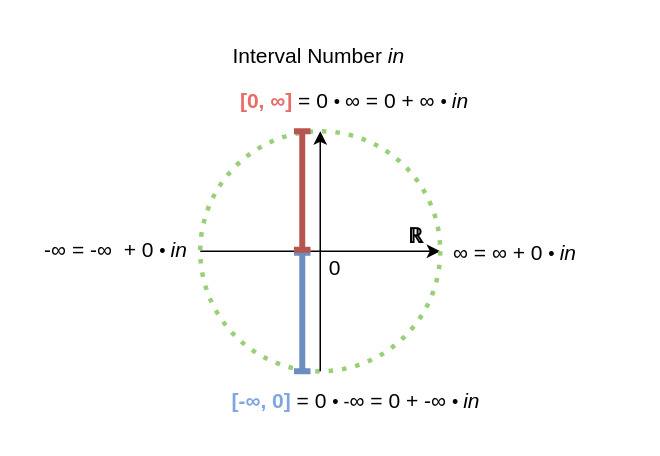
Above: illustrations/visual_interval_number.drawio in McNopper/ZeroInfinity (draw.io), before the change. Source tidied: cells renumbered, new cells numbered last; positions are measured from the earlier drawing's top-left corner, leaving out a move shared by most shapes. Both pictures are drawn from the tidied source at 150%, with x=0, y=0 at pixel (26, 26).
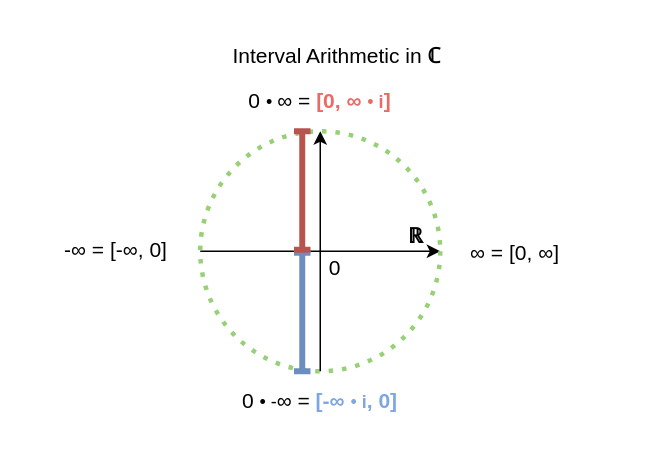
The same diagram, later.

What changed in the source:
```diff
@@
 <mxGraphModel>
   <root>
     <mxCell id="0" />
     <mxCell id="1" parent="0" />
     <mxCell id="2" style="endArrow=classic;html=1;rounded=0;entryX=1;entryY=0.5;entryDx=0;entryDy=0;exitX=0;exitY=0.5;exitDx=0;exitDy=0;" parent="1" edge="1" source="5" target="5">
       <mxGeometry relative="1" as="geometry" />
     </mxCell>
-    <mxCell id="3" value="&lt;font style=&quot;font-size: 14px;&quot;&gt;∞&amp;nbsp;&lt;/font&gt;&lt;span style=&quot;font-size: 14px;&quot;&gt;=&amp;nbsp;&lt;/span&gt;&lt;span style=&quot;font-size: 14px;&quot;&gt;∞ + 0&amp;nbsp;&lt;/span&gt;&lt;span style=&quot;background-color: initial;&quot;&gt;•&amp;nbsp;&lt;/span&gt;&lt;span style=&quot;font-size: 14px; background-color: initial;&quot;&gt;&lt;i&gt;in&lt;/i&gt;&lt;/span&gt;" style="text;html=1;align=center;verticalAlign=middle;whiteSpace=wrap;rounded=0;" parent="1" vertex="1">
+    <mxCell id="3" value="&lt;font style=&quot;font-size: 14px;&quot;&gt;∞&amp;nbsp;&lt;/font&gt;&lt;span style=&quot;font-size: 14px;&quot;&gt;= [&lt;/span&gt;&lt;span style=&quot;font-size: 14px;&quot;&gt;0,&amp;nbsp;&lt;/span&gt;&lt;span style=&quot;font-size: 14px;&quot;&gt;∞&lt;/span&gt;&lt;span style=&quot;font-size: 14px;&quot;&gt;]&lt;/span&gt;" style="text;html=1;align=center;verticalAlign=middle;whiteSpace=wrap;rounded=0;" parent="1" vertex="1">
       <mxGeometry x="266" y="131" width="120" height="40" as="geometry" />
     </mxCell>
-    <mxCell id="4" value="&lt;span style=&quot;font-size: 14px;&quot;&gt;Interval Number &lt;i&gt;in&lt;/i&gt;&lt;/span&gt;" style="text;html=1;align=left;verticalAlign=middle;whiteSpace=wrap;rounded=0;" parent="1" vertex="1">
+    <mxCell id="4" value="&lt;span style=&quot;font-size: 14px;&quot;&gt;Interval Arithmetic in&amp;nbsp;&lt;/span&gt;&lt;b style=&quot;font-size: 14px; text-align: center;&quot;&gt;ℂ&lt;/b&gt;" style="text;html=1;align=left;verticalAlign=middle;whiteSpace=wrap;rounded=0;" parent="1" vertex="1">
       <mxGeometry x="136" width="270" height="40" as="geometry" />
     </mxCell>
     <mxCell id="5" style="ellipse;whiteSpace=wrap;html=1;fillColor=none;dashed=1;dashPattern=1 2;strokeColor=#97D077;strokeWidth=3;" parent="1" vertex="1">
       <mxGeometry x="116" y="70" width="160" height="160" as="geometry" />
     </mxCell>
-    <mxCell id="6" value="&lt;font style=&quot;font-size: 14px;&quot;&gt;-∞&amp;nbsp;&lt;/font&gt;&lt;span style=&quot;font-size: 14px;&quot;&gt;= -&lt;/span&gt;&lt;span style=&quot;font-size: 14px;&quot;&gt;∞&amp;nbsp;&lt;/span&gt;&lt;span style=&quot;font-size: 14px;&quot;&gt;&amp;nbsp;+ 0&amp;nbsp;&lt;/span&gt;&lt;span style=&quot;background-color: initial;&quot;&gt;•&amp;nbsp;&lt;/span&gt;&lt;span style=&quot;background-color: initial; font-size: 14px;&quot;&gt;&lt;i&gt;in&lt;/i&gt;&lt;/span&gt;" style="text;html=1;align=center;verticalAlign=middle;whiteSpace=wrap;rounded=0;" parent="1" vertex="1">
+    <mxCell id="6" value="&lt;font style=&quot;font-size: 14px;&quot;&gt;-∞&amp;nbsp;&lt;/font&gt;&lt;span style=&quot;font-size: 14px;&quot;&gt;= [-&lt;/span&gt;&lt;span style=&quot;font-size: 14px;&quot;&gt;∞, 0&lt;/span&gt;&lt;span style=&quot;font-size: 14px;&quot;&gt;]&lt;/span&gt;" style="text;html=1;align=center;verticalAlign=middle;whiteSpace=wrap;rounded=0;" parent="1" vertex="1">
       <mxGeometry y="129" width="120" height="40" as="geometry" />
     </mxCell>
     <mxCell id="7" value="&lt;font style=&quot;font-size: 14px;&quot;&gt;0&lt;/font&gt;" style="text;html=1;align=center;verticalAlign=middle;whiteSpace=wrap;rounded=0;" parent="1" vertex="1">
       <mxGeometry x="176" y="141" width="60" height="39" as="geometry" />
     </mxCell>
     <mxCell id="8" style="endArrow=classic;html=1;rounded=0;entryX=0.5;entryY=0;entryDx=0;entryDy=0;" parent="1" edge="1" target="5">
       <mxGeometry relative="1" as="geometry">
         <mxPoint x="196" y="230" as="sourcePoint" />
       </mxGeometry>
     </mxCell>
-    <mxCell id="9" value="&lt;font style=&quot;font-size: 14px;&quot;&gt;&lt;font color=&quot;#ea6b66&quot;&gt;&lt;b&gt;[0,&amp;nbsp;∞]&lt;/b&gt;&lt;/font&gt;&amp;nbsp;= 0&amp;nbsp;&lt;span style=&quot;font-size: 12px; background-color: initial;&quot;&gt;•&amp;nbsp;&lt;/span&gt;∞&amp;nbsp;&lt;/font&gt;&lt;span style=&quot;font-size: 14px;&quot;&gt;= 0&lt;/span&gt;&lt;span style=&quot;font-size: 14px;&quot;&gt;&amp;nbsp;+&amp;nbsp;&lt;/span&gt;&lt;span style=&quot;font-size: 14px;&quot;&gt;∞&lt;/span&gt;&lt;span style=&quot;font-size: 14px;&quot;&gt;&amp;nbsp;&lt;/span&gt;&lt;span style=&quot;background-color: initial;&quot;&gt;•&amp;nbsp;&lt;/span&gt;&lt;span style=&quot;font-size: 14px; background-color: initial;&quot;&gt;&lt;i&gt;in&lt;/i&gt;&lt;/span&gt;" style="text;html=1;align=center;verticalAlign=middle;whiteSpace=wrap;rounded=0;" parent="1" vertex="1">
-      <mxGeometry x="134" y="30" width="170" height="40" as="geometry" />
+    <mxCell id="9" value="&lt;font style=&quot;font-size: 14px;&quot;&gt;0&amp;nbsp;&lt;span style=&quot;font-size: 12px; background-color: initial;&quot;&gt;•&amp;nbsp;&lt;/span&gt;∞ =&amp;nbsp;&lt;/font&gt;&lt;b style=&quot;color: rgb(234, 107, 102); font-size: 14px;&quot;&gt;[0,&amp;nbsp;∞&amp;nbsp;&lt;/b&gt;&lt;span style=&quot;color: rgb(234, 107, 102);&quot;&gt;•&amp;nbsp;&lt;b&gt;i&lt;/b&gt;&lt;/span&gt;&lt;b style=&quot;color: rgb(234, 107, 102); font-size: 14px;&quot;&gt;]&lt;/b&gt;" style="text;html=1;align=center;verticalAlign=middle;whiteSpace=wrap;rounded=0;" parent="1" vertex="1">
+      <mxGeometry x="116" y="30" width="160" height="40" as="geometry" />
     </mxCell>
-    <mxCell id="10" value="&lt;font style=&quot;font-size: 14px;&quot;&gt;&lt;b&gt;&lt;font color=&quot;#7ea6e0&quot;&gt;[-∞, 0]&lt;/font&gt;&lt;/b&gt; = 0&amp;nbsp;&lt;span style=&quot;font-size: 12px; background-color: initial;&quot;&gt;• -&lt;/span&gt;∞&amp;nbsp;&lt;/font&gt;&lt;span style=&quot;font-size: 14px;&quot;&gt;= 0&lt;/span&gt;&lt;span style=&quot;font-size: 14px;&quot;&gt;&amp;nbsp;+ -&lt;/span&gt;&lt;span style=&quot;font-size: 14px;&quot;&gt;∞&lt;/span&gt;&lt;span style=&quot;font-size: 14px;&quot;&gt;&amp;nbsp;&lt;/span&gt;&lt;span style=&quot;background-color: initial;&quot;&gt;•&amp;nbsp;&lt;/span&gt;&lt;span style=&quot;font-size: 14px; background-color: initial;&quot;&gt;&lt;i&gt;in&lt;/i&gt;&lt;/span&gt;" style="text;html=1;align=center;verticalAlign=middle;whiteSpace=wrap;rounded=0;" parent="1" vertex="1">
-      <mxGeometry x="136" y="230" width="168" height="40" as="geometry" />
+    <mxCell id="10" value="&lt;font style=&quot;font-size: 14px;&quot;&gt;0&amp;nbsp;&lt;span style=&quot;font-size: 12px; background-color: initial;&quot;&gt;• -&lt;/span&gt;∞ =&amp;nbsp;&lt;/font&gt;&lt;font color=&quot;#7ea6e0&quot;&gt;&lt;b style=&quot;font-size: 14px;&quot;&gt;[-∞&amp;nbsp;&lt;/b&gt;•&amp;nbsp;&lt;b&gt;i&lt;/b&gt;&lt;b style=&quot;font-size: 14px;&quot;&gt;, 0]&lt;/b&gt;&lt;/font&gt;" style="text;html=1;align=center;verticalAlign=middle;whiteSpace=wrap;rounded=0;" parent="1" vertex="1">
+      <mxGeometry x="116" y="230" width="160" height="40" as="geometry" />
     </mxCell>
     <mxCell id="11" style="endArrow=baseDash;html=1;rounded=0;startArrow=baseDash;startFill=0;endFill=0;entryX=1;entryY=0.5;entryDx=0;entryDy=0;fillColor=#dae8fc;strokeColor=#6c8ebf;strokeWidth=4;" parent="1" edge="1">
       <mxGeometry relative="1" as="geometry">
         <mxPoint x="184" y="230" as="sourcePoint" />
         <mxPoint x="184" y="151" as="targetPoint" />
       </mxGeometry>
     </mxCell>
     <mxCell id="12" style="endArrow=baseDash;html=1;rounded=0;startArrow=baseDash;startFill=0;endFill=0;entryX=1;entryY=0.5;entryDx=0;entryDy=0;fillColor=#f8cecc;strokeColor=#b85450;strokeWidth=4;" parent="1" edge="1">
       <mxGeometry relative="1" as="geometry">
         <mxPoint x="184" y="149" as="sourcePoint" />
         <mxPoint x="184" y="70" as="targetPoint" />
       </mxGeometry>
     </mxCell>
     <mxCell id="13" value="&lt;font style=&quot;font-size: 14px;&quot;&gt;&lt;b&gt;ℝ&lt;/b&gt;&lt;/font&gt;" style="text;html=1;align=center;verticalAlign=middle;whiteSpace=wrap;rounded=0;" parent="1" vertex="1">
       <mxGeometry x="230" y="120" width="60" height="40" as="geometry" />
     </mxCell>
   </root>
 </mxGraphModel>
```
